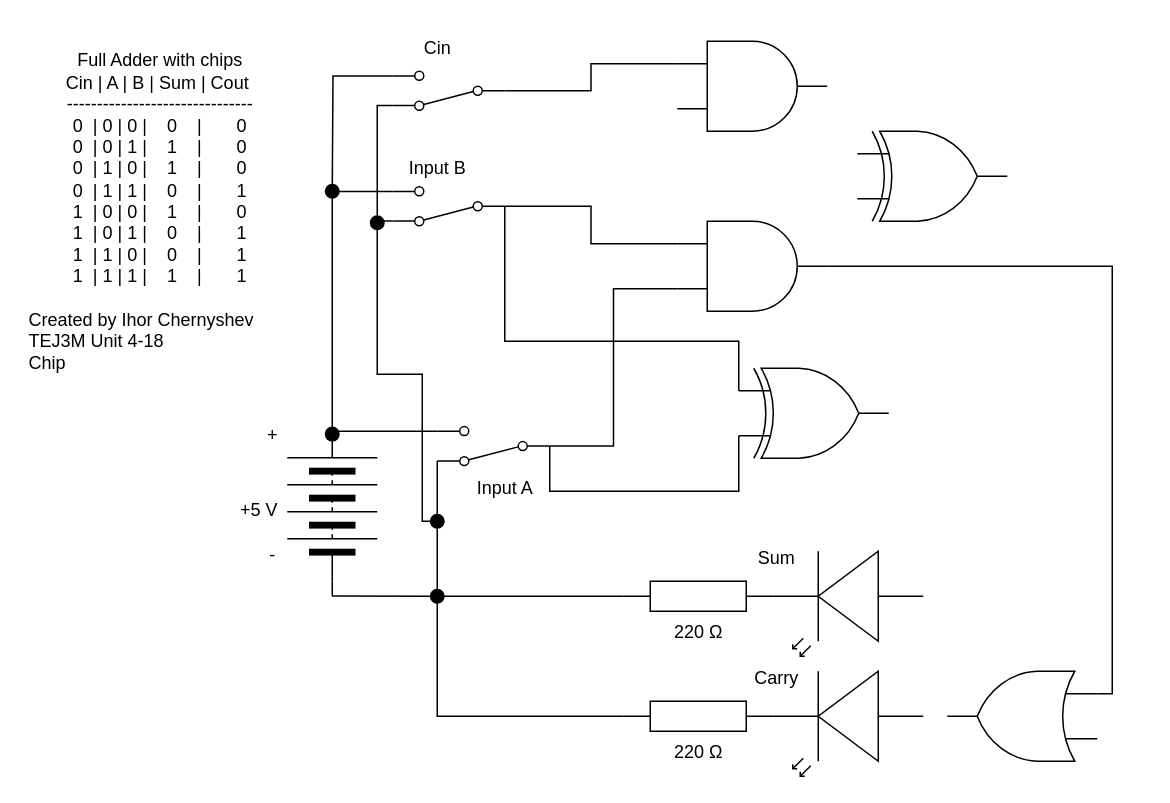
Earlier version of the draw.io diagram 4-18/schematic_diagram.drawio (ihor-chernyshev/TEJ3M-Unit-4). Source tidied: cells renumbered, new cells numbered last; positions are measured from the earlier drawing's top-left corner, leaving out a move shared by most shapes. Both pictures are drawn from the tidied source at 150%, with x=0, y=0 at pixel (26, 26).
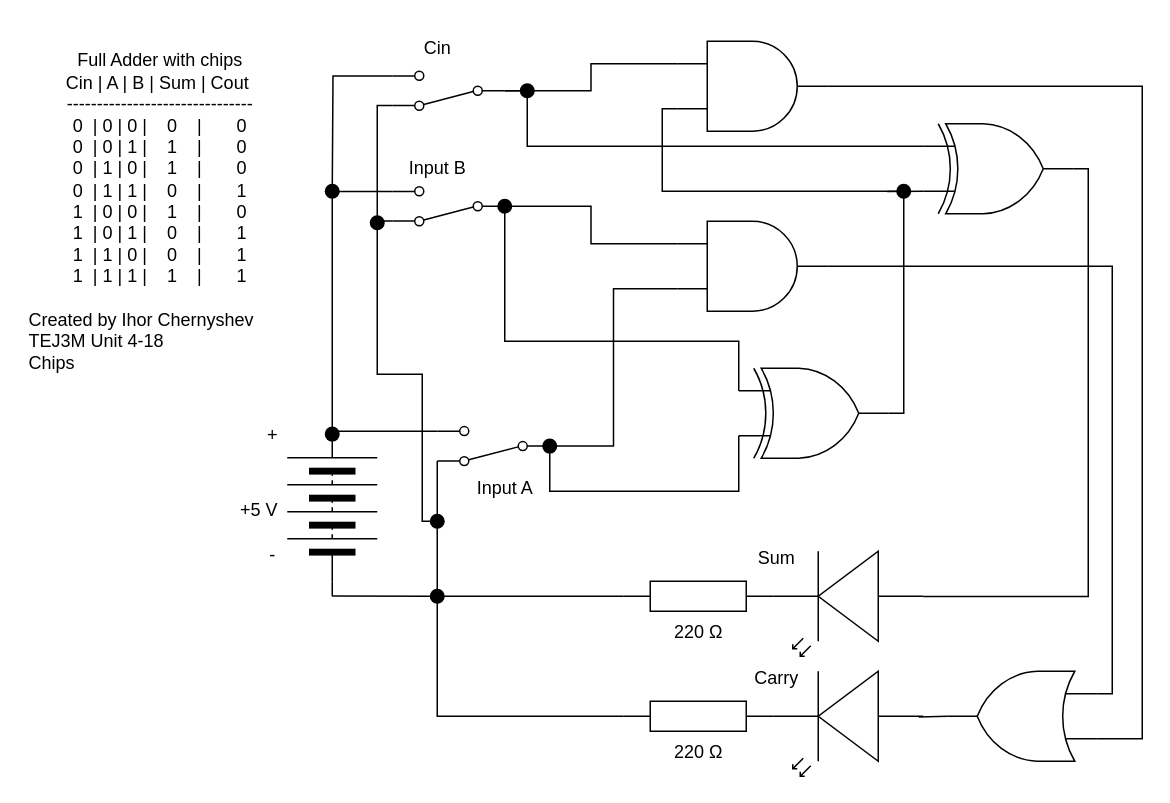
The same page after the edit.

The change refers to these unchanged cells:
```xml
<mxCell id="17" style="verticalLabelPosition=bottom;shadow=0;dashed=0;align=center;html=1;verticalAlign=top;shape=mxgraph.electrical.opto_electronics.led_2;rotation=-180;" parent="1" vertex="1">
  <mxGeometry x="498" y="350" width="100" height="70" as="geometry" />
</mxCell>
<mxCell id="28" style="verticalLabelPosition=bottom;shadow=0;dashed=0;align=center;html=1;verticalAlign=top;shape=mxgraph.electrical.opto_electronics.led_2;rotation=-180;" parent="1" vertex="1">
  <mxGeometry x="498" y="430" width="100" height="70" as="geometry" />
</mxCell>
<mxCell id="31" style="html=1;shape=mxgraph.electrical.electro-mechanical.twoWaySwitch;elSwitchState=2;rotation=-180;" parent="1" vertex="1">
  <mxGeometry x="244" y="30" width="75" height="26" as="geometry" />
</mxCell>
<mxCell id="35" style="verticalLabelPosition=bottom;shadow=0;dashed=0;align=center;html=1;verticalAlign=top;shape=mxgraph.electrical.logic_gates.logic_gate;operation=and;" parent="1" vertex="1">
  <mxGeometry x="434" y="10" width="100" height="60" as="geometry" />
</mxCell>
<mxCell id="40" style="verticalLabelPosition=bottom;shadow=0;dashed=0;align=center;html=1;verticalAlign=top;shape=mxgraph.electrical.logic_gates.logic_gate;operation=xor;" parent="1" vertex="1">
  <mxGeometry x="475" y="228" width="100" height="60" as="geometry" />
</mxCell>
<mxCell id="41" style="verticalLabelPosition=bottom;shadow=0;dashed=0;align=center;html=1;verticalAlign=top;shape=mxgraph.electrical.logic_gates.logic_gate;operation=or;rotation=-180;" parent="1" vertex="1">
  <mxGeometry x="614" y="430" width="100" height="60" as="geometry" />
</mxCell>
```

Change to the diagram source:
```diff
@@
-    <mxCell id="7" value="Created by Ihor Chernyshev&lt;div&gt;TEJ3M Unit 4-18&lt;/div&gt;&lt;div&gt;Chip&lt;/div&gt;" style="text;html=1;align=left;verticalAlign=middle;strokeColor=none;fillColor=none;" parent="1" vertex="1">
-      <mxGeometry y="180" width="180" height="60" as="geometry" />
+    <mxCell id="7" value="Created by Ihor Chernyshev&lt;div&gt;TEJ3M Unit 4-18&lt;/div&gt;&lt;div&gt;Chips&lt;/div&gt;" style="text;html=1;align=left;verticalAlign=middle;strokeColor=none;fillColor=none;" parent="1" vertex="1">
+      <mxGeometry y="180" width="170" height="60" as="geometry" />
     </mxCell>
@@
+    <mxCell id="46" style="edgeStyle=orthogonalEdgeStyle;html=1;exitX=0;exitY=0.25;exitDx=0;exitDy=0;exitPerimeter=0;entryX=0;entryY=0.5;entryDx=0;entryDy=0;rounded=0;curved=0;endArrow=none;endFill=0;" parent="1" edge="1" source="37" target="31">
+      <mxGeometry relative="1" as="geometry">
+        <Array as="points">
+          <mxPoint x="334" y="80" />
+          <mxPoint x="334" y="43" />
+        </Array>
+      </mxGeometry>
+    </mxCell>
+    <mxCell id="47" style="edgeStyle=none;html=1;exitX=0;exitY=0.75;exitDx=0;exitDy=0;exitPerimeter=0;endArrow=none;endFill=0;" parent="1" edge="1" source="37">
+      <mxGeometry relative="1" as="geometry">
+        <mxPoint x="574" y="110.2" as="targetPoint" />
+      </mxGeometry>
+    </mxCell>
     <mxCell id="37" style="verticalLabelPosition=bottom;shadow=0;dashed=0;align=center;html=1;verticalAlign=top;shape=mxgraph.electrical.logic_gates.logic_gate;operation=xor;" parent="1" vertex="1">
-      <mxGeometry x="554" y="70" width="100" height="60" as="geometry" />
+      <mxGeometry x="598" y="65" width="100" height="60" as="geometry" />
     </mxCell>
@@
+    <mxCell id="48" style="edgeStyle=none;html=1;exitX=1;exitY=0.5;exitDx=0;exitDy=0;exitPerimeter=0;entryX=0.03;entryY=0.565;entryDx=0;entryDy=0;entryPerimeter=0;endArrow=none;endFill=0;" parent="1" edge="1" source="41" target="28">
+      <mxGeometry relative="1" as="geometry" />
+    </mxCell>
+    <mxCell id="49" style="edgeStyle=orthogonalEdgeStyle;html=1;exitX=1;exitY=0.5;exitDx=0;exitDy=0;exitPerimeter=0;entryX=0;entryY=0.25;entryDx=0;entryDy=0;entryPerimeter=0;rounded=0;curved=0;endArrow=none;endFill=0;" parent="1" edge="1" source="35" target="41">
+      <mxGeometry relative="1" as="geometry">
+        <Array as="points">
+          <mxPoint x="744" y="40" />
+          <mxPoint x="744" y="475" />
+        </Array>
+      </mxGeometry>
+    </mxCell>
+    <mxCell id="50" style="edgeStyle=orthogonalEdgeStyle;html=1;exitX=1;exitY=0.5;exitDx=0;exitDy=0;exitPerimeter=0;entryX=0;entryY=0.75;entryDx=0;entryDy=0;entryPerimeter=0;rounded=0;curved=0;endArrow=none;endFill=0;" parent="1" edge="1" source="40" target="35">
+      <mxGeometry relative="1" as="geometry">
+        <Array as="points">
+          <mxPoint x="585" y="258" />
+          <mxPoint x="585" y="110" />
+          <mxPoint x="424" y="110" />
+          <mxPoint x="424" y="55" />
+        </Array>
+      </mxGeometry>
+    </mxCell>
+    <mxCell id="51" style="edgeStyle=orthogonalEdgeStyle;html=1;exitX=1;exitY=0.5;exitDx=0;exitDy=0;exitPerimeter=0;entryX=0;entryY=0.57;entryDx=0;entryDy=0;entryPerimeter=0;rounded=0;endArrow=none;endFill=0;" parent="1" edge="1" source="37" target="17">
+      <mxGeometry relative="1" as="geometry" />
+    </mxCell>
+    <mxCell id="52" style="shape=ellipse;fillColor=#000000;strokeColor=none;html=1;sketch=0;" parent="1" vertex="1">
+      <mxGeometry x="329" y="38" width="10" height="10" as="geometry" />
+    </mxCell>
+    <mxCell id="53" style="shape=ellipse;fillColor=#000000;strokeColor=none;html=1;sketch=0;" parent="1" vertex="1">
+      <mxGeometry x="314" y="115" width="10" height="10" as="geometry" />
+    </mxCell>
+    <mxCell id="54" style="shape=ellipse;fillColor=#000000;strokeColor=none;html=1;sketch=0;" parent="1" vertex="1">
+      <mxGeometry x="344" y="274.9" width="10" height="10" as="geometry" />
+    </mxCell>
+    <mxCell id="55" style="shape=ellipse;fillColor=#000000;strokeColor=none;html=1;sketch=0;" parent="1" vertex="1">
+      <mxGeometry x="580" y="105" width="10" height="10" as="geometry" />
+    </mxCell>
```
